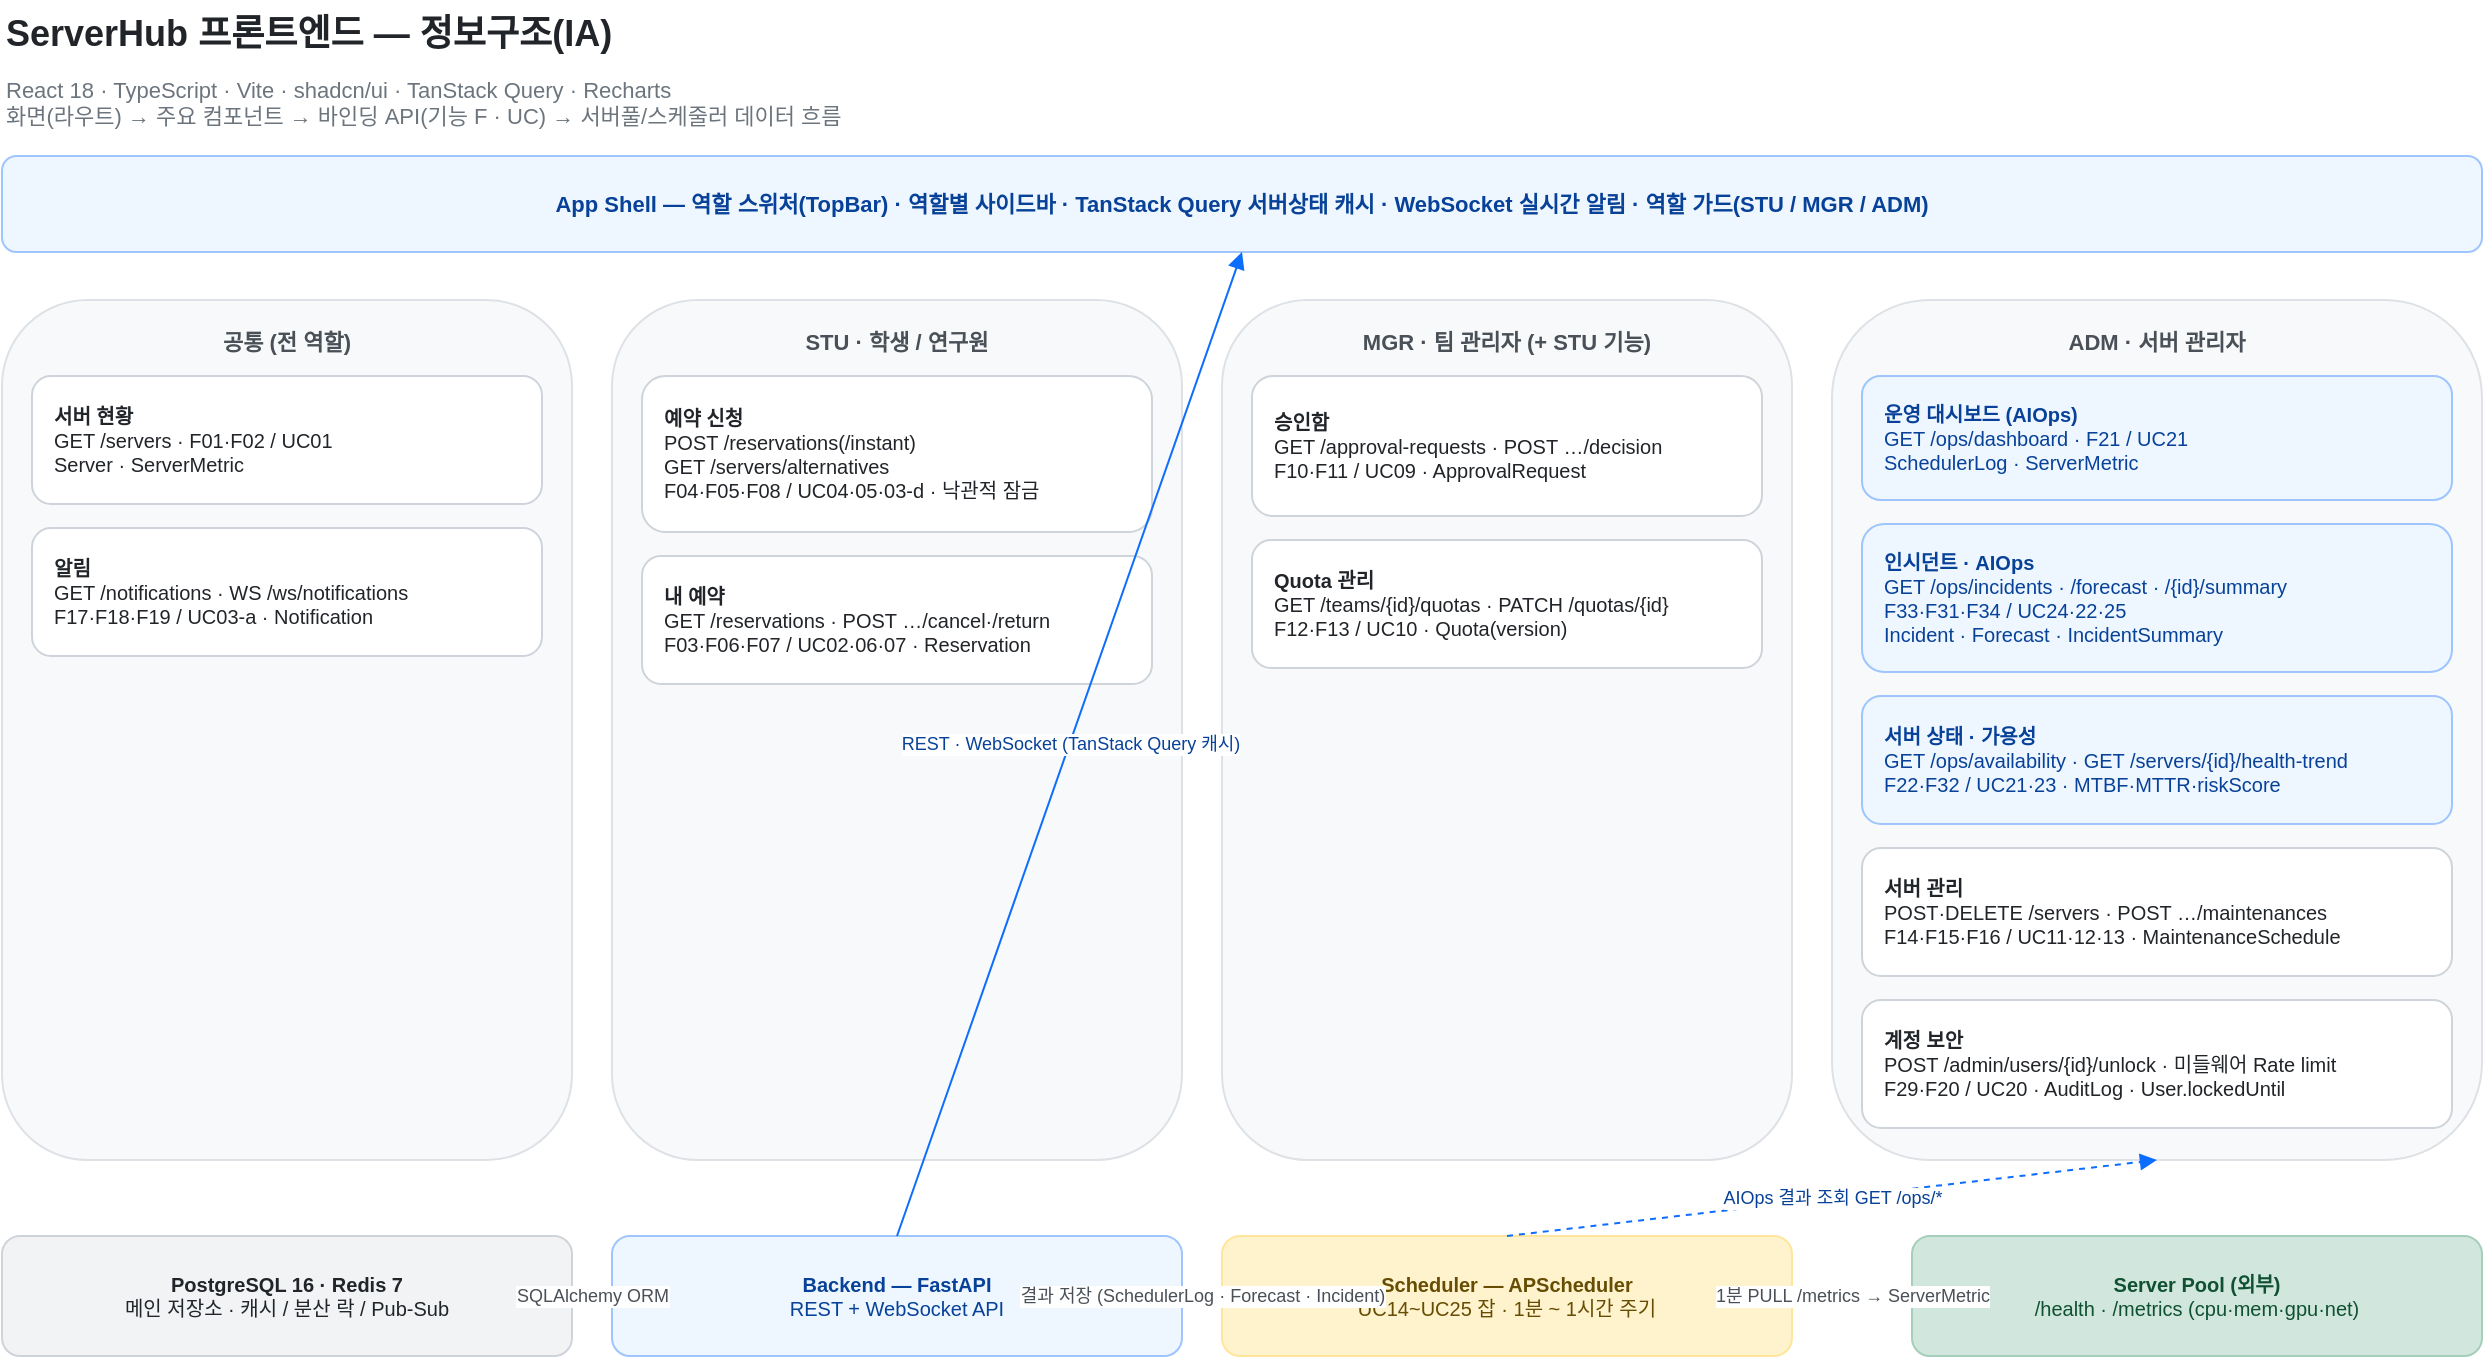
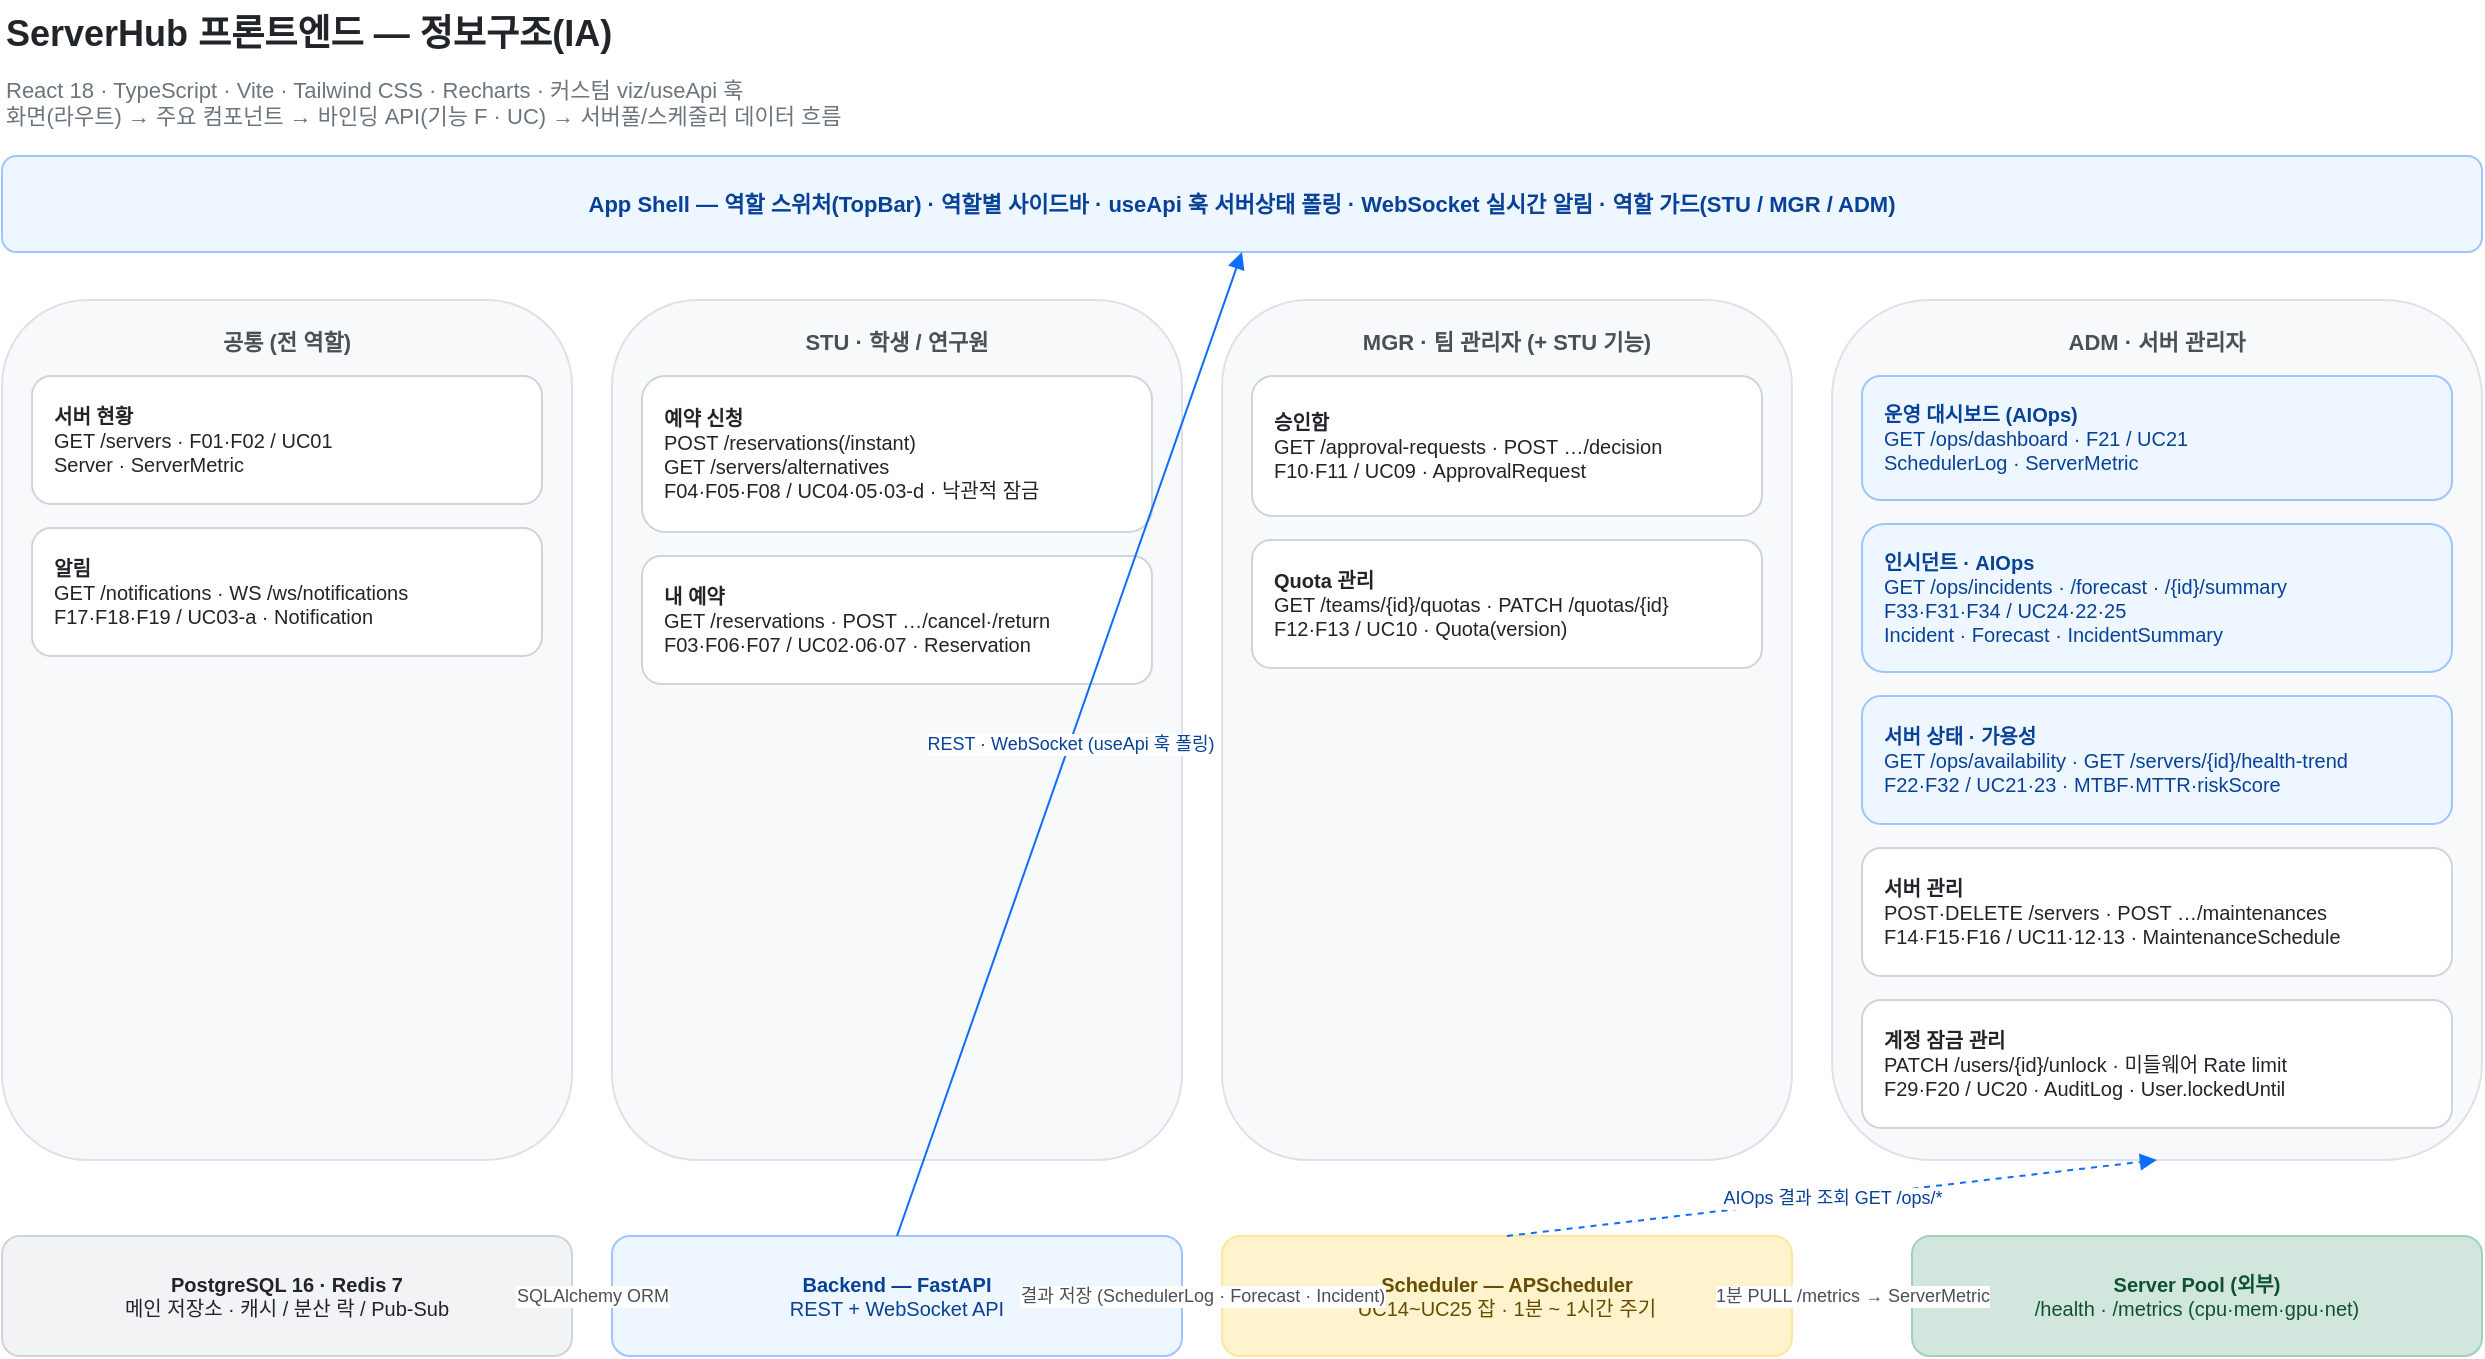
<mxfile host="app.diagrams.net" agent="SE4-team" version="24.0.0">
  <diagram id="frontend-ia" name="Frontend IA">
    <mxGraphModel dx="1000" dy="700" grid="0" gridSize="10" guides="1" tooltips="1" connect="1" arrows="1" fold="1" page="1" pageScale="1" pageWidth="1320" pageHeight="780" math="0" shadow="0" background="#ffffff">
      <root>
        <mxCell id="0" />
        <mxCell id="1" parent="0" />

        <mxCell id="title" value="ServerHub 프론트엔드 — 정보구조(IA)" style="text;html=1;align=left;fontSize=18;fontStyle=1;fontColor=#212529;" vertex="1" parent="1">
          <mxGeometry x="40" y="18" width="1240" height="30" as="geometry" />
        </mxCell>
-         <mxCell id="sub" value="React 18 · TypeScript · Vite · shadcn/ui · TanStack Query · Recharts&#10;화면(라우트) → 주요 컴포넌트 → 바인딩 API(기능 F · UC) → 서버풀/스케줄러 데이터 흐름" style="text;html=1;align=left;fontSize=11;fontColor=#6c757d;spacingTop=2;whiteSpace=wrap;" vertex="1" parent="1">
+         <mxCell id="sub" value="React 18 · TypeScript · Vite · Tailwind CSS · Recharts · 커스텀 viz/useApi 훅&#10;화면(라우트) → 주요 컴포넌트 → 바인딩 API(기능 F · UC) → 서버풀/스케줄러 데이터 흐름" style="text;html=1;align=left;fontSize=11;fontColor=#6c757d;spacingTop=2;whiteSpace=wrap;" vertex="1" parent="1">
          <mxGeometry x="40" y="48" width="1240" height="36" as="geometry" />
        </mxCell>

-         <mxCell id="shell" value="App Shell — 역할 스위처(TopBar) · 역할별 사이드바 · TanStack Query 서버상태 캐시 · WebSocket 실시간 알림 · 역할 가드(STU / MGR / ADM)" style="rounded=1;whiteSpace=wrap;html=1;fillColor=#eef6ff;strokeColor=#9ec5fe;fontColor=#084298;fontSize=11;fontStyle=1;align=center;" vertex="1" parent="1">
+         <mxCell id="shell" value="App Shell — 역할 스위처(TopBar) · 역할별 사이드바 · useApi 훅 서버상태 폴링 · WebSocket 실시간 알림 · 역할 가드(STU / MGR / ADM)" style="rounded=1;whiteSpace=wrap;html=1;fillColor=#eef6ff;strokeColor=#9ec5fe;fontColor=#084298;fontSize=11;fontStyle=1;align=center;" vertex="1" parent="1">
          <mxGeometry x="40" y="96" width="1240" height="48" as="geometry" />
        </mxCell>

        <mxCell id="lane_c" value="공통 (전 역할)" style="rounded=1;whiteSpace=wrap;html=1;fillColor=#f8f9fa;strokeColor=#dee2e6;fontColor=#495057;fontSize=11;fontStyle=1;verticalAlign=top;align=center;spacingTop=8;" vertex="1" parent="1">
          <mxGeometry x="40" y="168" width="285" height="430" as="geometry" />
        </mxCell>
        <mxCell id="lane_s" value="STU · 학생 / 연구원" style="rounded=1;whiteSpace=wrap;html=1;fillColor=#f8f9fa;strokeColor=#dee2e6;fontColor=#495057;fontSize=11;fontStyle=1;verticalAlign=top;align=center;spacingTop=8;" vertex="1" parent="1">
          <mxGeometry x="345" y="168" width="285" height="430" as="geometry" />
        </mxCell>
        <mxCell id="lane_m" value="MGR · 팀 관리자 (+ STU 기능)" style="rounded=1;whiteSpace=wrap;html=1;fillColor=#f8f9fa;strokeColor=#dee2e6;fontColor=#495057;fontSize=11;fontStyle=1;verticalAlign=top;align=center;spacingTop=8;" vertex="1" parent="1">
          <mxGeometry x="650" y="168" width="285" height="430" as="geometry" />
        </mxCell>
        <mxCell id="lane_a" value="ADM · 서버 관리자" style="rounded=1;whiteSpace=wrap;html=1;fillColor=#f8f9fa;strokeColor=#dee2e6;fontColor=#495057;fontSize=11;fontStyle=1;verticalAlign=top;align=center;spacingTop=8;" vertex="1" parent="1">
          <mxGeometry x="955" y="168" width="325" height="430" as="geometry" />
        </mxCell>

        <mxCell id="c_srv" value="&lt;b&gt;서버 현황&lt;/b&gt;&lt;br&gt;GET /servers · F01·F02 / UC01&lt;br&gt;Server · ServerMetric" style="rounded=1;whiteSpace=wrap;html=1;fillColor=#ffffff;strokeColor=#ced4da;fontColor=#212529;align=left;spacingLeft=9;fontSize=10;" vertex="1" parent="1">
          <mxGeometry x="55" y="206" width="255" height="64" as="geometry" />
        </mxCell>
        <mxCell id="c_notif" value="&lt;b&gt;알림&lt;/b&gt;&lt;br&gt;GET /notifications · WS /ws/notifications&lt;br&gt;F17·F18·F19 / UC03-a · Notification" style="rounded=1;whiteSpace=wrap;html=1;fillColor=#ffffff;strokeColor=#ced4da;fontColor=#212529;align=left;spacingLeft=9;fontSize=10;" vertex="1" parent="1">
          <mxGeometry x="55" y="282" width="255" height="64" as="geometry" />
        </mxCell>

        <mxCell id="s_res" value="&lt;b&gt;예약 신청&lt;/b&gt;&lt;br&gt;POST /reservations(/instant)&lt;br&gt;GET /servers/alternatives&lt;br&gt;F04·F05·F08 / UC04·05·03-d · 낙관적 잠금" style="rounded=1;whiteSpace=wrap;html=1;fillColor=#ffffff;strokeColor=#ced4da;fontColor=#212529;align=left;spacingLeft=9;fontSize=10;" vertex="1" parent="1">
          <mxGeometry x="360" y="206" width="255" height="78" as="geometry" />
        </mxCell>
        <mxCell id="s_my" value="&lt;b&gt;내 예약&lt;/b&gt;&lt;br&gt;GET /reservations · POST …/cancel·/return&lt;br&gt;F03·F06·F07 / UC02·06·07 · Reservation" style="rounded=1;whiteSpace=wrap;html=1;fillColor=#ffffff;strokeColor=#ced4da;fontColor=#212529;align=left;spacingLeft=9;fontSize=10;" vertex="1" parent="1">
          <mxGeometry x="360" y="296" width="255" height="64" as="geometry" />
        </mxCell>

        <mxCell id="m_app" value="&lt;b&gt;승인함&lt;/b&gt;&lt;br&gt;GET /approval-requests · POST …/decision&lt;br&gt;F10·F11 / UC09 · ApprovalRequest" style="rounded=1;whiteSpace=wrap;html=1;fillColor=#ffffff;strokeColor=#ced4da;fontColor=#212529;align=left;spacingLeft=9;fontSize=10;" vertex="1" parent="1">
          <mxGeometry x="665" y="206" width="255" height="70" as="geometry" />
        </mxCell>
        <mxCell id="m_quo" value="&lt;b&gt;Quota 관리&lt;/b&gt;&lt;br&gt;GET /teams/{id}/quotas · PATCH /quotas/{id}&lt;br&gt;F12·F13 / UC10 · Quota(version)" style="rounded=1;whiteSpace=wrap;html=1;fillColor=#ffffff;strokeColor=#ced4da;fontColor=#212529;align=left;spacingLeft=9;fontSize=10;" vertex="1" parent="1">
          <mxGeometry x="665" y="288" width="255" height="64" as="geometry" />
        </mxCell>

        <mxCell id="a_ops" value="&lt;b&gt;운영 대시보드 (AIOps)&lt;/b&gt;&lt;br&gt;GET /ops/dashboard · F21 / UC21&lt;br&gt;SchedulerLog · ServerMetric" style="rounded=1;whiteSpace=wrap;html=1;fillColor=#eef6ff;strokeColor=#9ec5fe;fontColor=#084298;align=left;spacingLeft=9;fontSize=10;" vertex="1" parent="1">
          <mxGeometry x="970" y="206" width="295" height="62" as="geometry" />
        </mxCell>
        <mxCell id="a_inc" value="&lt;b&gt;인시던트 · AIOps&lt;/b&gt;&lt;br&gt;GET /ops/incidents · /forecast · /{id}/summary&lt;br&gt;F33·F31·F34 / UC24·22·25&lt;br&gt;Incident · Forecast · IncidentSummary" style="rounded=1;whiteSpace=wrap;html=1;fillColor=#eef6ff;strokeColor=#9ec5fe;fontColor=#084298;align=left;spacingLeft=9;fontSize=10;" vertex="1" parent="1">
          <mxGeometry x="970" y="280" width="295" height="74" as="geometry" />
        </mxCell>
        <mxCell id="a_av" value="&lt;b&gt;서버 상태 · 가용성&lt;/b&gt;&lt;br&gt;GET /ops/availability · GET /servers/{id}/health-trend&lt;br&gt;F22·F32 / UC21·23 · MTBF·MTTR·riskScore" style="rounded=1;whiteSpace=wrap;html=1;fillColor=#eef6ff;strokeColor=#9ec5fe;fontColor=#084298;align=left;spacingLeft=9;fontSize=10;" vertex="1" parent="1">
          <mxGeometry x="970" y="366" width="295" height="64" as="geometry" />
        </mxCell>
        <mxCell id="a_srvmgr" value="&lt;b&gt;서버 관리&lt;/b&gt;&lt;br&gt;POST·DELETE /servers · POST …/maintenances&lt;br&gt;F14·F15·F16 / UC11·12·13 · MaintenanceSchedule" style="rounded=1;whiteSpace=wrap;html=1;fillColor=#ffffff;strokeColor=#ced4da;fontColor=#212529;align=left;spacingLeft=9;fontSize=10;" vertex="1" parent="1">
          <mxGeometry x="970" y="442" width="295" height="64" as="geometry" />
        </mxCell>
-         <mxCell id="a_sec" value="&lt;b&gt;계정 보안&lt;/b&gt;&lt;br&gt;POST /admin/users/{id}/unlock · 미들웨어 Rate limit&lt;br&gt;F29·F20 / UC20 · AuditLog · User.lockedUntil" style="rounded=1;whiteSpace=wrap;html=1;fillColor=#ffffff;strokeColor=#ced4da;fontColor=#212529;align=left;spacingLeft=9;fontSize=10;" vertex="1" parent="1">
+         <mxCell id="a_sec" value="&lt;b&gt;계정 잠금 관리&lt;/b&gt;&lt;br&gt;PATCH /users/{id}/unlock · 미들웨어 Rate limit&lt;br&gt;F29·F20 / UC20 · AuditLog · User.lockedUntil" style="rounded=1;whiteSpace=wrap;html=1;fillColor=#ffffff;strokeColor=#ced4da;fontColor=#212529;align=left;spacingLeft=9;fontSize=10;" vertex="1" parent="1">
          <mxGeometry x="970" y="518" width="295" height="64" as="geometry" />
        </mxCell>

        <mxCell id="db" value="&lt;b&gt;PostgreSQL 16 · Redis 7&lt;/b&gt;&lt;br&gt;메인 저장소 · 캐시 / 분산 락 / Pub-Sub" style="rounded=1;whiteSpace=wrap;html=1;fillColor=#f1f3f5;strokeColor=#ced4da;fontColor=#212529;align=center;fontSize=10;" vertex="1" parent="1">
          <mxGeometry x="40" y="636" width="285" height="60" as="geometry" />
        </mxCell>
        <mxCell id="be" value="&lt;b&gt;Backend — FastAPI&lt;/b&gt;&lt;br&gt;REST + WebSocket API" style="rounded=1;whiteSpace=wrap;html=1;fillColor=#eef6ff;strokeColor=#9ec5fe;fontColor=#084298;align=center;fontSize=10;" vertex="1" parent="1">
          <mxGeometry x="345" y="636" width="285" height="60" as="geometry" />
        </mxCell>
        <mxCell id="sch" value="&lt;b&gt;Scheduler — APScheduler&lt;/b&gt;&lt;br&gt;UC14~UC25 잡 · 1분 ~ 1시간 주기" style="rounded=1;whiteSpace=wrap;html=1;fillColor=#fff3cd;strokeColor=#ffe69c;fontColor=#664d03;align=center;fontSize=10;" vertex="1" parent="1">
          <mxGeometry x="650" y="636" width="285" height="60" as="geometry" />
        </mxCell>
        <mxCell id="pool" value="&lt;b&gt;Server Pool (외부)&lt;/b&gt;&lt;br&gt;/health · /metrics (cpu·mem·gpu·net)" style="rounded=1;whiteSpace=wrap;html=1;fillColor=#d1e7dd;strokeColor=#a3cfbb;fontColor=#0f5132;align=center;fontSize=10;" vertex="1" parent="1">
          <mxGeometry x="995" y="636" width="285" height="60" as="geometry" />
        </mxCell>

        <mxCell id="e1" value="1분 PULL /metrics → ServerMetric" style="endArrow=block;html=1;fontSize=9;strokeColor=#6c757d;fontColor=#495057;rounded=1;" edge="1" parent="1" source="pool" target="sch">
          <mxGeometry relative="1" as="geometry" />
        </mxCell>
        <mxCell id="e2" value="결과 저장 (SchedulerLog · Forecast · Incident)" style="endArrow=block;html=1;fontSize=9;strokeColor=#6c757d;fontColor=#495057;rounded=1;" edge="1" parent="1" source="sch" target="be">
          <mxGeometry relative="1" as="geometry" />
        </mxCell>
        <mxCell id="e3" value="SQLAlchemy ORM" style="endArrow=block;html=1;fontSize=9;strokeColor=#6c757d;fontColor=#495057;rounded=1;" edge="1" parent="1" source="be" target="db">
          <mxGeometry relative="1" as="geometry" />
        </mxCell>
-         <mxCell id="e4" value="REST · WebSocket (TanStack Query 캐시)" style="endArrow=block;html=1;fontSize=9;strokeColor=#0d6efd;fontColor=#084298;rounded=1;exitX=0.5;exitY=0;exitDx=0;exitDy=0;entryX=0.5;entryY=1;entryDx=0;entryDy=0;" edge="1" parent="1" source="be" target="shell">
+         <mxCell id="e4" value="REST · WebSocket (useApi 훅 폴링)" style="endArrow=block;html=1;fontSize=9;strokeColor=#0d6efd;fontColor=#084298;rounded=1;exitX=0.5;exitY=0;exitDx=0;exitDy=0;entryX=0.5;entryY=1;entryDx=0;entryDy=0;" edge="1" parent="1" source="be" target="shell">
          <mxGeometry relative="1" as="geometry" />
        </mxCell>
        <mxCell id="e5" value="AIOps 결과 조회 GET /ops/*" style="endArrow=block;html=1;fontSize=9;dashed=1;strokeColor=#0d6efd;fontColor=#084298;rounded=1;exitX=0.5;exitY=0;exitDx=0;exitDy=0;entryX=0.5;entryY=1;entryDx=0;entryDy=0;" edge="1" parent="1" source="sch" target="lane_a">
          <mxGeometry relative="1" as="geometry" />
        </mxCell>

      </root>
    </mxGraphModel>
  </diagram>
</mxfile>
